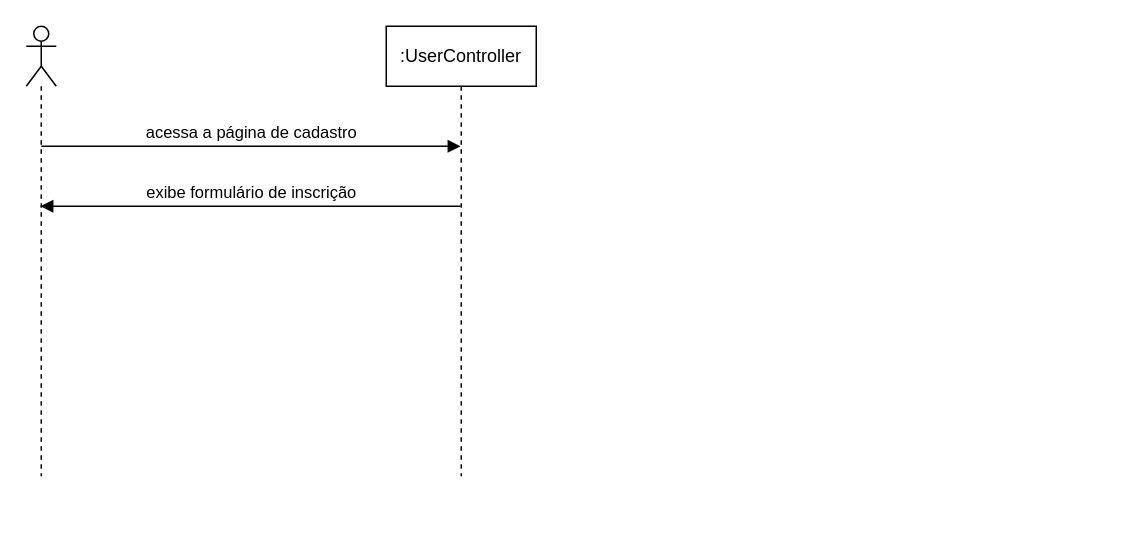
This is musiverso-sequence-diagram.drawio from kaiohenricunha/UML, a draw.io file, before an edit. Source tidied: cells renumbered, new cells numbered last; positions are measured from the earlier drawing's top-left corner, leaving out a move shared by most shapes. Both pictures are drawn from the tidied source at 150%, with x=0, y=0 at pixel (26, 26).
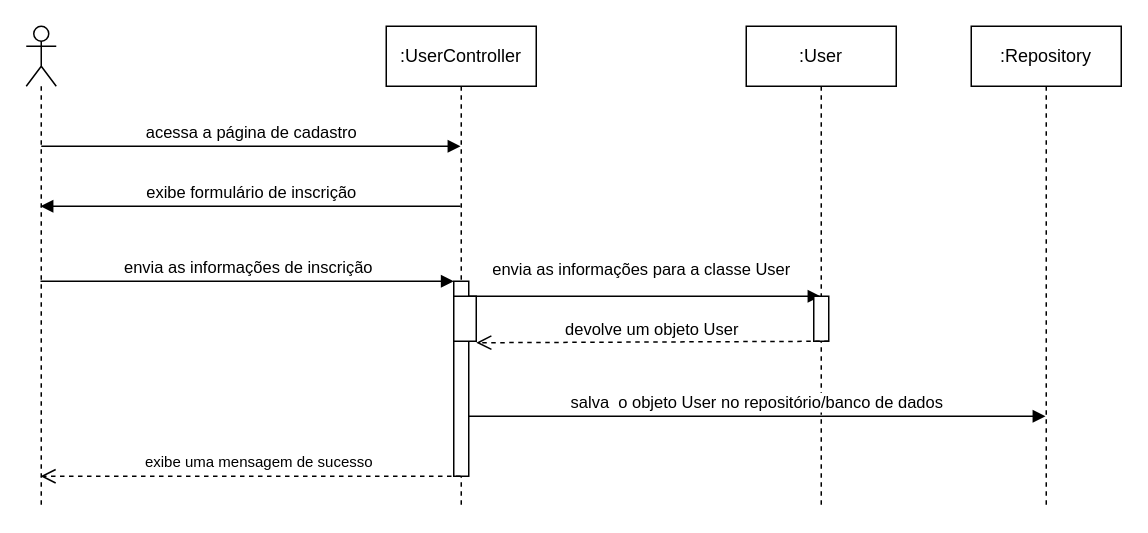
Above is the later version.

The edit, as a diff of the source:
```diff
@@
     <mxCell id="2" value=":UserController" style="shape=umlLifeline;perimeter=lifelinePerimeter;whiteSpace=wrap;html=1;outlineConnect=0;" parent="1" vertex="1">
-      <mxGeometry x="240" width="100" height="300" as="geometry" />
+      <mxGeometry x="240" width="100" height="320" as="geometry" />
     </mxCell>
     <mxCell id="3" style="shape=umlLifeline;participant=umlActor;perimeter=lifelinePerimeter;whiteSpace=wrap;html=1;verticalAlign=top;spacingTop=36;outlineConnect=0;" parent="1" vertex="1">
-      <mxGeometry width="20" height="300" as="geometry" />
+      <mxGeometry width="20" height="320" as="geometry" />
     </mxCell>
@@
+    <mxCell id="6" style="html=1;points=[];perimeter=orthogonalPerimeter;" parent="1" vertex="1">
+      <mxGeometry x="285" y="170" width="10" height="130" as="geometry" />
+    </mxCell>
+    <mxCell id="7" value="envia as informações de inscrição" style="html=1;verticalAlign=bottom;endArrow=block;entryX=0;entryY=0;" parent="1" edge="1" source="3" target="6">
+      <mxGeometry relative="1" as="geometry" />
+    </mxCell>
+    <mxCell id="8" style="html=1;verticalAlign=bottom;endArrow=open;dashed=1;endSize=8;" parent="1" edge="1" source="2" target="3">
+      <mxGeometry relative="1" as="geometry">
+        <Array as="points">
+          <mxPoint x="260" y="300" />
+          <mxPoint x="180" y="300" />
+          <mxPoint x="120" y="300" />
+        </Array>
+      </mxGeometry>
+    </mxCell>
+    <mxCell id="9" value="envia as informações para a classe User" style="html=1;verticalAlign=bottom;endArrow=block;" parent="1" edge="1">
+      <mxGeometry x="-0.02" y="10" relative="1" as="geometry">
+        <mxPoint x="295" y="180" as="sourcePoint" />
+        <mxPoint x="529.5" y="180" as="targetPoint" />
+        <mxPoint y="1" as="offset" />
+      </mxGeometry>
+    </mxCell>
+    <mxCell id="10" value=":User" style="shape=umlLifeline;perimeter=lifelinePerimeter;whiteSpace=wrap;html=1;" parent="1" vertex="1">
+      <mxGeometry x="480" width="100" height="320" as="geometry" />
+    </mxCell>
+    <mxCell id="11" style="html=1;perimeter=orthogonalPerimeter;" parent="1" vertex="1">
+      <mxGeometry x="525" y="180" width="10" height="30" as="geometry" />
+    </mxCell>
+    <mxCell id="12" value="devolve um objeto User" style="html=1;verticalAlign=bottom;endArrow=open;dashed=1;endSize=8;exitX=0;exitY=0.95;" parent="1" edge="1">
+      <mxGeometry relative="1" as="geometry">
+        <mxPoint x="535" y="210" as="sourcePoint" />
+        <mxPoint x="300" y="211" as="targetPoint" />
+      </mxGeometry>
+    </mxCell>
+    <mxCell id="13" style="html=1;perimeter=orthogonalPerimeter;" parent="1" vertex="1">
+      <mxGeometry x="285" y="180" width="15" height="30" as="geometry" />
+    </mxCell>
+    <mxCell id="14" value="salva&amp;nbsp; o objeto User no repositório/banco de dados" style="html=1;verticalAlign=bottom;endArrow=block;" parent="1" edge="1" source="6" target="15">
+      <mxGeometry relative="1" as="geometry">
+        <Array as="points">
+          <mxPoint x="330" y="260" />
+        </Array>
+      </mxGeometry>
+    </mxCell>
+    <mxCell id="15" value=":Repository" style="shape=umlLifeline;perimeter=lifelinePerimeter;whiteSpace=wrap;html=1;outlineConnect=0;" parent="1" vertex="1">
+      <mxGeometry x="630" width="100" height="320" as="geometry" />
+    </mxCell>
+    <mxCell id="16" value="&lt;font style=&quot;font-size: 10px&quot;&gt;exibe uma mensagem de sucesso&lt;/font&gt;" style="text;html=1;align=center;verticalAlign=middle;strokeColor=none;" parent="1" vertex="1">
+      <mxGeometry x="70" y="280" width="170" height="20" as="geometry" />
+    </mxCell>
```
